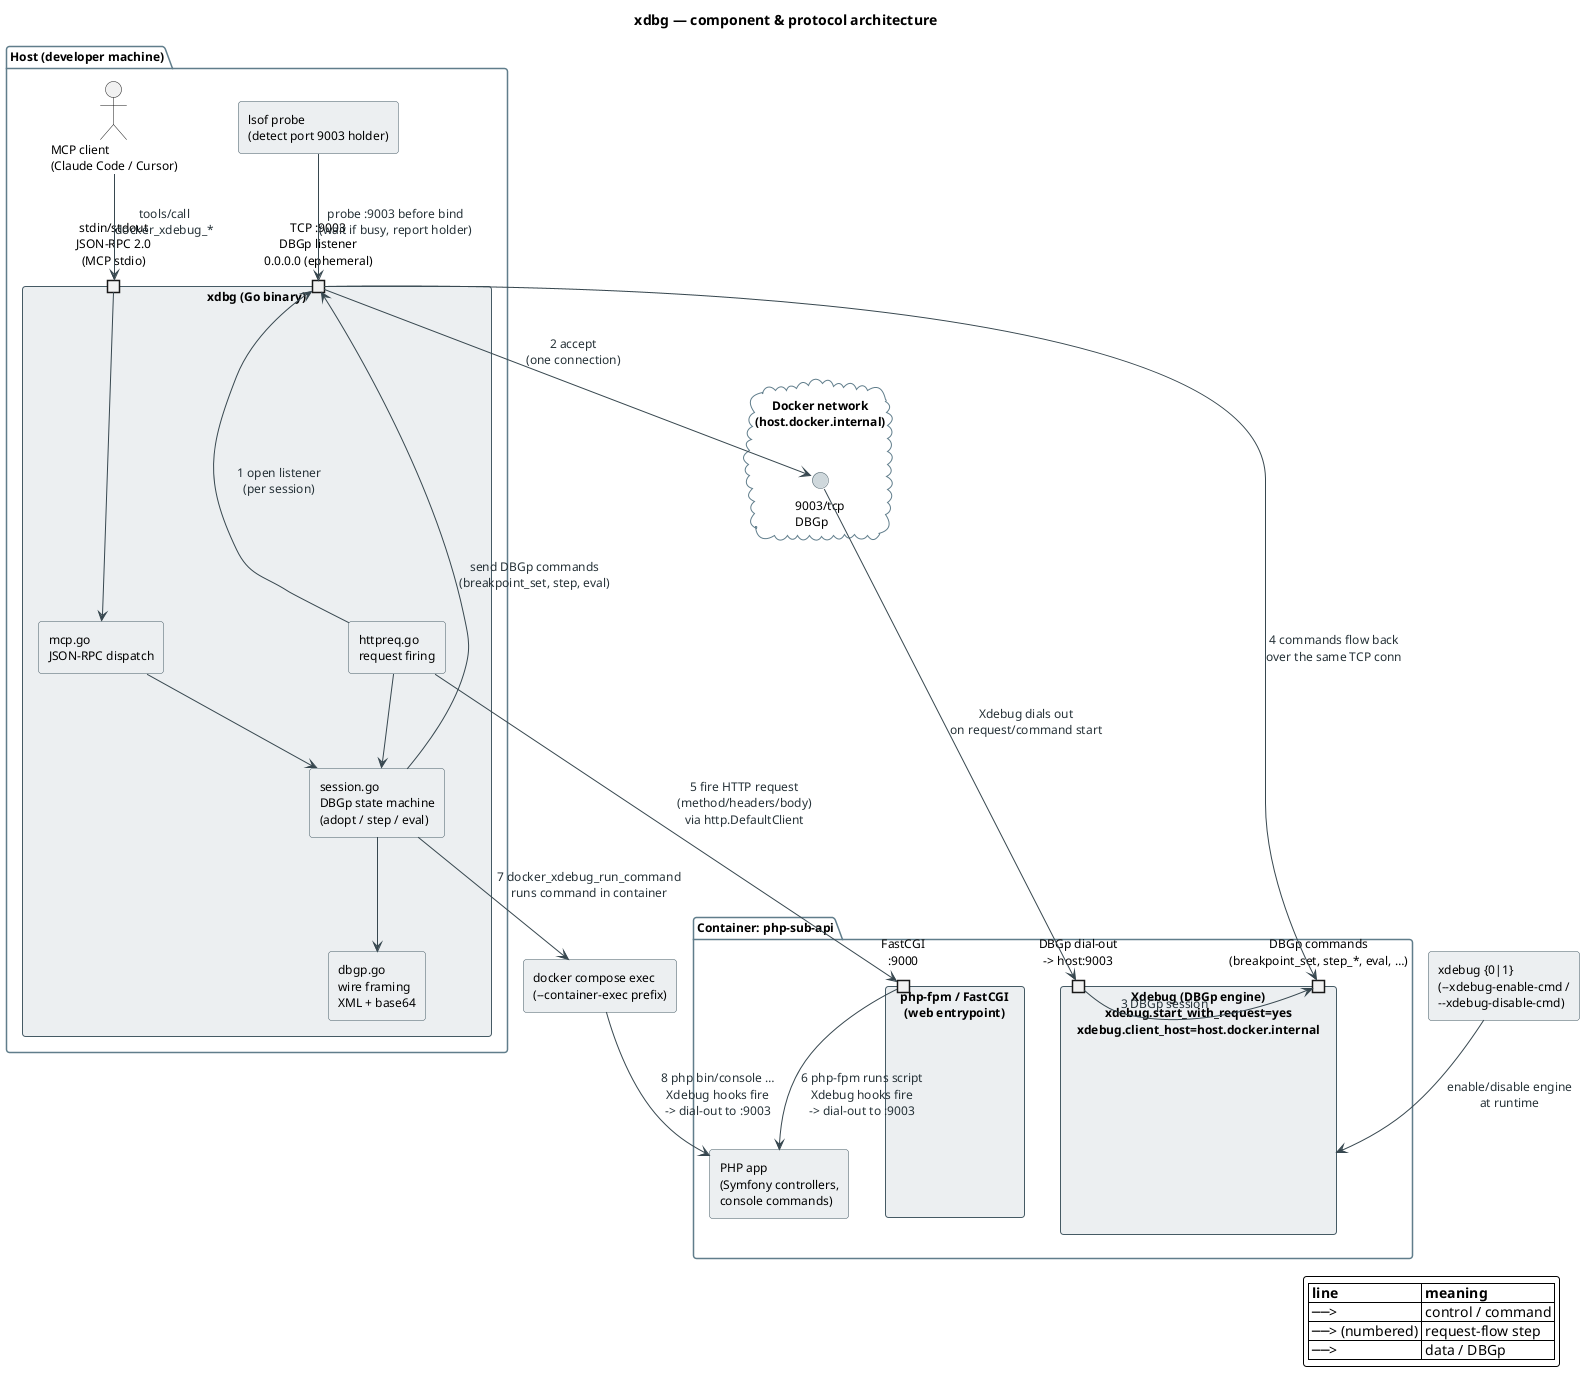
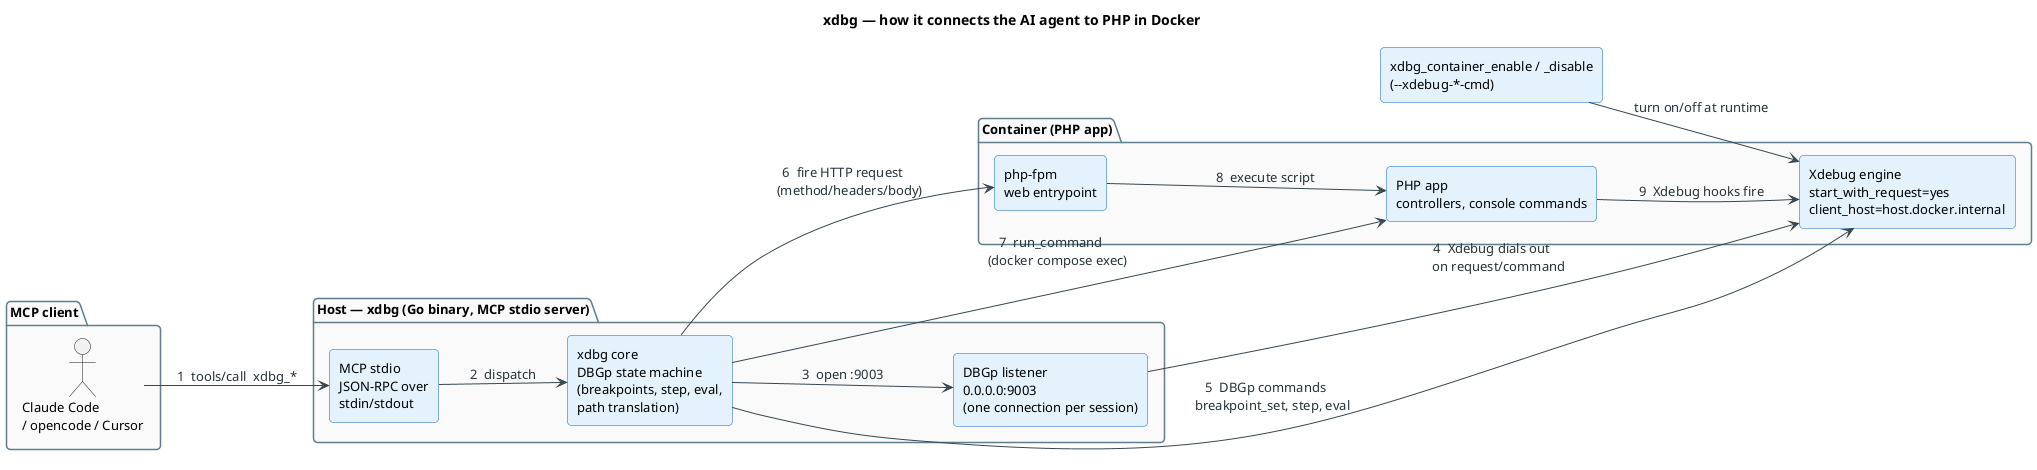
@startuml xdbg-architecture

- ' ---- technical component diagram with ports, protocols, numbered flow ----
+ left to right direction

skinparam backgroundColor #FFFFFF
skinparam shadowing false
skinparam defaultFontName "Helvetica"
- skinparam defaultFontSize 12
- skinparam roundCorner 6
+ skinparam defaultFontSize 13
+ skinparam roundCorner 8
skinparam ArrowColor #37474F
skinparam ArrowFontColor #263238
skinparam package {
  BorderColor #607D8B
  FontStyle bold
+   BackgroundColor #FAFAFA
}
skinparam rectangle {
+   BackgroundColor #E3F2FD
+   BorderColor #1565C0
+ }
+ skinparam database {
+   BackgroundColor #FFF3E0
+   BorderColor #E65100
+ }
+ skinparam interface {
  BackgroundColor #ECEFF1
  BorderColor #455A64
}
- skinparam database {
-   BackgroundColor #ECEFF1
-   BorderColor #455A64
- }
- skinparam interface {
-   BackgroundColor #CFD8DC
-   BorderColor #455A64
- }
- skinparam port {
-   BackgroundColor #CFD8DC
-   BorderColor #455A64
+ 
+ title xdbg — how it connects the AI agent to PHP in Docker
+ 
+ ' =================== LEFT: MCP client ===================
+ package "MCP client" {
+   actor "Claude Code\n/ opencode / Cursor" as client
}

- title xdbg — component & protocol architecture
- 
- ' =================== HOST ===================
- package "Host (developer machine)"  {
-   actor "MCP client\n(Claude Code / Cursor)" as client
- 
-   rectangle "xdbg (Go binary)" as xdbg {
-     port "stdin/stdout\nJSON-RPC 2.0\n(MCP stdio)" as io_stdio
-     port "TCP :9003\nDBGp listener\n0.0.0.0 (ephemeral)" as io_listen
-     rectangle "mcp.go\nJSON-RPC dispatch" as m_mcp
-     rectangle "session.go\nDBGp state machine\n(adopt / step / eval)" as m_sess
-     rectangle "httpreq.go\nrequest firing" as m_req
-     rectangle "dbgp.go\nwire framing\nXML + base64" as m_dbgp
-     m_mcp --> m_sess
-     m_req --> m_sess
-     m_sess --> m_dbgp
-   }
- 
-   rectangle "lsof probe\n(detect port 9003 holder)" as lsof
+ ' =================== MIDDLE: xdbg ===================
+ package "Host — xdbg (Go binary, MCP stdio server)" {
+   rectangle "MCP stdio\nJSON-RPC over\nstdin/stdout" as io
+   rectangle "xdbg core\nDBGp state machine\n(breakpoints, step, eval,\npath translation)" as core
+   rectangle "DBGp listener\n0.0.0.0:9003\n(one connection per session)" as listener
+   io -[hidden]right-> core
+   core -[hidden]right-> listener
}

- ' =================== NETWORK BOUNDARY ===================
- cloud "Docker network\n(host.docker.internal)" as net {
-   interface "9003/tcp\nDBGp" as p9003
+ ' =================== RIGHT: Container ===================
+ package "Container (PHP app)" {
+   rectangle "php-fpm\nweb entrypoint" as fpm
+   rectangle "Xdebug engine\nstart_with_request=yes\nclient_host=host.docker.internal" as engine
+   rectangle "PHP app\ncontrollers, console commands" as app
+   fpm -[hidden]right-> app
+   engine -[hidden]down-> app
}

- ' =================== CONTAINER ===================
- package "Container: php-sub-api"  {
-   rectangle "php-fpm / FastCGI\n(web entrypoint)" as phpfpm {
-     port "FastCGI\n:9000" as p_fpm
-   }
-   rectangle "Xdebug (DBGp engine)\nxdebug.start_with_request=yes\nxdebug.client_host=host.docker.internal" as xdebug {
-     port "DBGp dial-out\n-> host:9003" as p_dial
-     port "DBGp commands\n(breakpoint_set, step_*, eval, …)" as p_cmd
-   }
-   rectangle "PHP app\n(Symfony controllers,\nconsole commands)" as app
- }
+ ' =================== FLOWS ===================
+ client --> io : "1  tools/call  xdbg_*"
+ io --> core : "2  dispatch"
+ core --> listener : "3  open :9003"
+ listener --> engine : "4  Xdebug dials out\n    on request/command"
+ core --> engine : "5  DBGp commands\n    breakpoint_set, step, eval"
+ core --> fpm : "6  fire HTTP request\n    (method/headers/body)"
+ core --> app : "7  run_command\n    (docker compose exec)"
+ fpm --> app : "8  execute script"
+ app --> engine : "9  Xdebug hooks fire"

- ' =================== WIRING: control plane ===================
- client --> io_stdio : "tools/call\ndocker_xdebug_*"
- io_stdio --> m_mcp
- 
- ' =================== WIRING: data plane (HTTP request flow) ===================
- m_req --> io_listen : "1 open listener\n(per session)"
- io_listen --> p9003 : "2 accept\n(one connection)"
- p9003 --> p_dial : "Xdebug dials out\non request/command start"
- p_dial --> p_cmd : "3 DBGp session"
- 
- ' =================== WIRING: command flow into container ===================
- m_sess --> io_listen : "send DBGp commands\n(breakpoint_set, step, eval)"
- io_listen --> p_cmd : "4 commands flow back\nover the same TCP conn"
- 
- ' =================== WIRING: the actual HTTP request being debugged ===================
- m_req --> p_fpm : "5 fire HTTP request\n(method/headers/body)\nvia http.DefaultClient"
- p_fpm --> app : "6 php-fpm runs script\nXdebug hooks fire\n-> dial-out to :9003"
- 
- ' =================== WIRING: CLI command flow ===================
- rectangle "docker compose exec\n(--container-exec prefix)" as exec
- m_sess --> exec : "7 docker_xdebug_run_command\nruns command in container"
- exec --> app : "8 php bin/console …\nXdebug hooks fire\n-> dial-out to :9003"
- 
- ' =================== WIRING: side channels ===================
- lsof --> io_listen : "probe :9003 before bind\n(wait if busy, report holder)"
- 
- ' =================== WIRING: container Xdebug on/off ===================
- rectangle "xdebug {0|1}\n(--xdebug-enable-cmd /\n--xdebug-disable-cmd)" as xonoff
- xonoff --> xdebug : "enable/disable engine\nat runtime"
- 
- ' =================== LEGEND ===================
- legend right
-   |= line |= meaning |
-   | ──> | control / command |
-   | ──> (numbered) | request-flow step |
-   | ──> | data / DBGp |
- endlegend
+ ' =================== SIDE: Xdebug on/off ===================
+ rectangle "xdbg_container_enable / _disable\n(--xdebug-*-cmd)" as toggle
+ toggle --> engine : "turn on/off at runtime"

@enduml